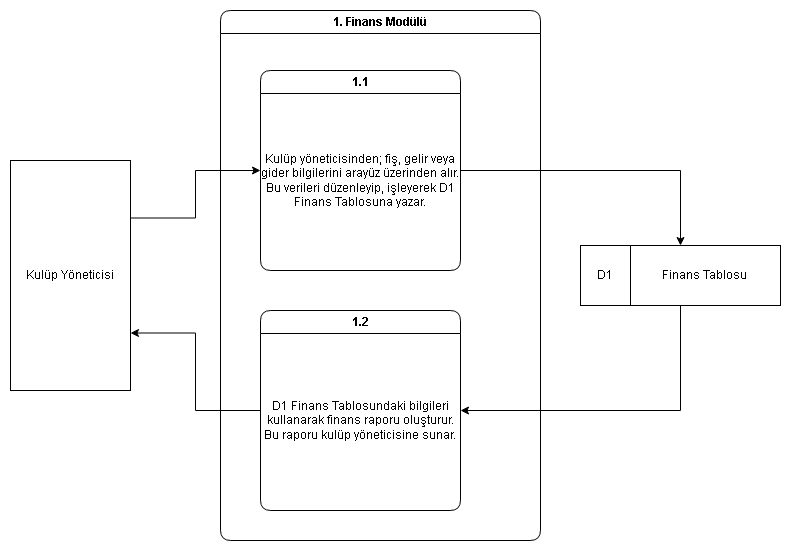
Above: diagrams/vad2/vad2.1.drawio.png in furkanvka/Club-management-system (draw.io), before the change. Source tidied: cells renumbered, new cells last; positions are measured from the earlier drawing's top-left corner, leaving out a move shared by most shapes.
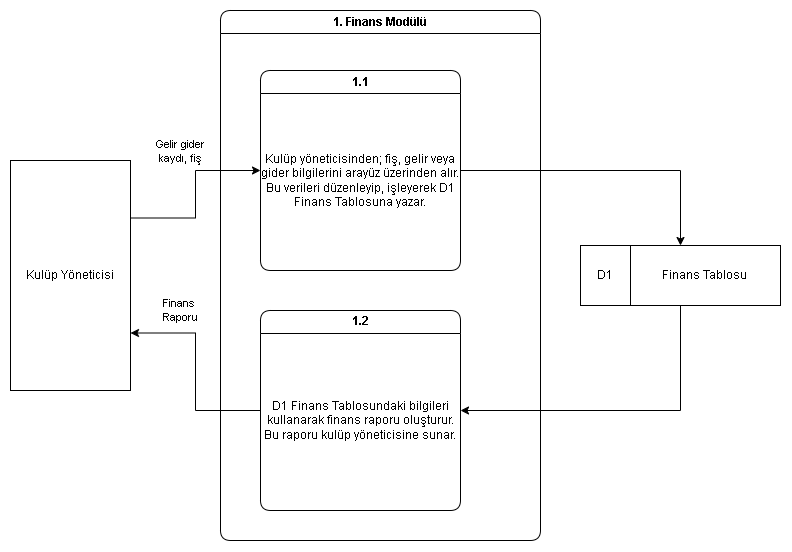
After the commit.

What changed in the source:
```diff
@@ -17,6 +17,11 @@
     <mxCell id="6" style="edgeStyle=orthogonalEdgeStyle;rounded=0;jettySize=auto;html=1;exitX=1;exitY=0.25;exitDx=0;exitDy=0;entryX=0;entryY=0.5;entryDx=0;entryDy=0;" parent="1" edge="1" source="7" target="3">
       <mxGeometry relative="1" as="geometry" />
     </mxCell>
+    <mxCell id="15" value="Gelir gider&lt;div&gt;kaydı, fiş&lt;/div&gt;" style="edgeLabel;html=1;align=center;verticalAlign=middle;" parent="6" vertex="1">
+      <mxGeometry x="-0.33" y="4" relative="1" as="geometry">
+        <mxPoint x="-10" y="-63" as="offset" />
+      </mxGeometry>
+    </mxCell>
     <mxCell id="7" value="Kulüp Yöneticisi" style="rounded=0;whiteSpace=wrap;html=1;" parent="1" vertex="1">
       <mxGeometry y="150" width="120" height="230" as="geometry" />
     </mxCell>
@@ -38,6 +43,11 @@
     <mxCell id="13" style="edgeStyle=orthogonalEdgeStyle;rounded=0;jettySize=auto;html=1;entryX=1;entryY=0.75;entryDx=0;entryDy=0;exitX=0;exitY=0.5;exitDx=0;exitDy=0;" parent="1" edge="1" source="5" target="7">
       <mxGeometry relative="1" as="geometry" />
     </mxCell>
+    <mxCell id="16" value="Finans&amp;nbsp;&lt;div&gt;Raporu&lt;/div&gt;" style="edgeLabel;html=1;align=center;verticalAlign=middle;" parent="13" vertex="1">
+      <mxGeometry x="0.3" y="-1" relative="1" as="geometry">
+        <mxPoint x="-16" y="-30" as="offset" />
+      </mxGeometry>
+    </mxCell>
     <mxCell id="14" value="D1 Finans Tablosundaki bilgileri kullanarak finans raporu oluşturur.&lt;div&gt;Bu raporu kulüp yöneticisine sunar.&lt;/div&gt;" style="text;html=1;whiteSpace=wrap;strokeColor=none;fillColor=none;align=center;verticalAlign=middle;rounded=0;" parent="1" vertex="1">
       <mxGeometry x="250" y="320" width="200" height="180" as="geometry" />
     </mxCell>
```
